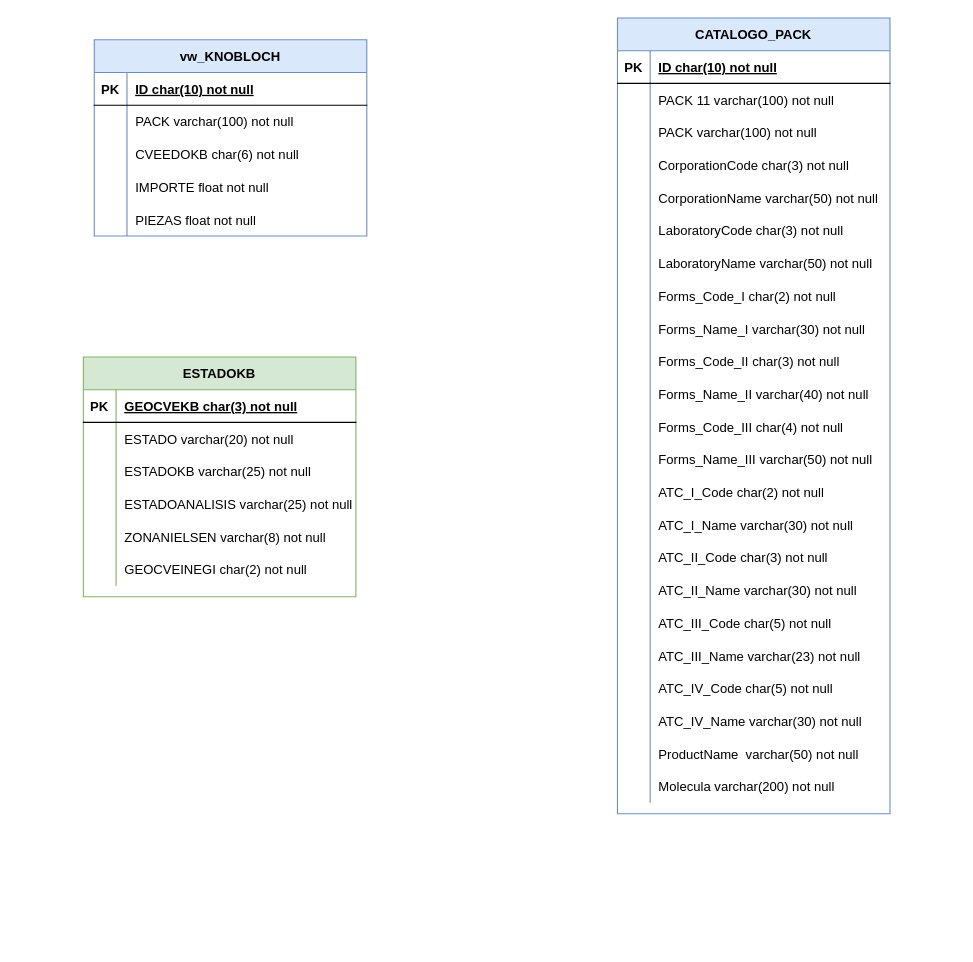
This is Untitled Diagram.drawio from ixchelinas/Curso-Python, a draw.io file, before an edit. Source tidied: cells renumbered, new cells numbered last; positions are measured from the earlier drawing's top-left corner, leaving out a move shared by most shapes. Both pictures are drawn from the tidied source at 109%, with x=0, y=0 at pixel (83, 17).
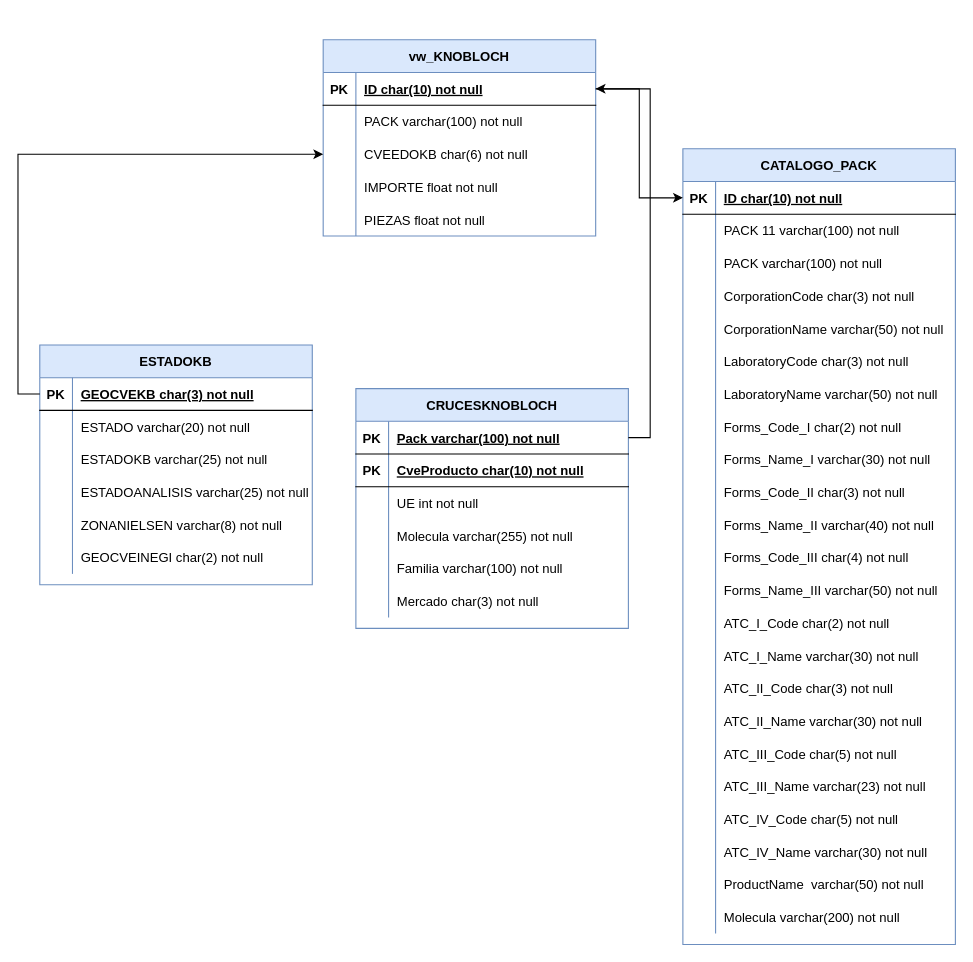
The same page after the edit.

Unchanged cells that the change refers to:
```xml
<mxCell id="3" style="shape=partialRectangle;fillColor=none;points=[[0,0.5],[1,0.5]];portConstraint=eastwest;top=0;left=0;right=0;bottom=1;" parent="2" vertex="1">
  <mxGeometry y="30" width="250" height="30" as="geometry" />
</mxCell>
<mxCell id="73" style="shape=partialRectangle;fillColor=none;points=[[0,0.5],[1,0.5]];portConstraint=eastwest;top=0;left=0;right=0;bottom=1;" parent="72" vertex="1">
  <mxGeometry y="30" width="250" height="30" as="geometry" />
</mxCell>
<mxCell id="92" style="shape=partialRectangle;fillColor=none;points=[[0,0.5],[1,0.5]];portConstraint=eastwest;top=0;left=0;right=0;bottom=1;" parent="91" vertex="1">
  <mxGeometry y="30" width="250" height="30" as="geometry" />
</mxCell>
<mxCell id="98" style="shape=partialRectangle;fillColor=none;points=[[0,0.5],[1,0.5]];portConstraint=eastwest;top=0;left=0;right=0;bottom=0;" parent="91" vertex="1">
  <mxGeometry y="90" width="250" height="30" as="geometry" />
</mxCell>
```

Diff of the diagram source:
```diff
@@
     <mxCell id="2" value="CATALOGO_PACK" style="shape=table;startSize=30;childLayout=tableLayout;rowLines=0;fontStyle=1;align=center;fillColor=#dae8fc;strokeColor=#6c8ebf;" parent="1" vertex="1">
-      <mxGeometry x="490" width="250" height="730" as="geometry" />
+      <mxGeometry x="550" y="120" width="250" height="730" as="geometry" />
     </mxCell>
@@
-    <mxCell id="72" value="ESTADOKB" style="shape=table;startSize=30;childLayout=tableLayout;rowLines=0;fontStyle=1;align=center;fillColor=#d5e8d4;strokeColor=#82b366;" parent="1" vertex="1">
-      <mxGeometry y="311" width="250" height="220" as="geometry" />
+    <mxCell id="72" value="ESTADOKB" style="shape=table;startSize=30;childLayout=tableLayout;rowLines=0;fontStyle=1;align=center;fillColor=#dae8fc;strokeColor=#6c8ebf;" parent="1" vertex="1">
+      <mxGeometry x="-40" y="300" width="250" height="220" as="geometry" />
     </mxCell>
@@
     <mxCell id="91" value="vw_KNOBLOCH" style="shape=table;startSize=30;childLayout=tableLayout;rowLines=0;fontStyle=1;align=center;fillColor=#dae8fc;strokeColor=#6c8ebf;" parent="1" vertex="1">
-      <mxGeometry x="10" y="20" width="250" height="180" as="geometry" />
+      <mxGeometry x="220" y="20" width="250" height="180" as="geometry" />
     </mxCell>
@@
+    <mxCell id="107" value="CRUCESKNOBLOCH" style="shape=table;startSize=30;childLayout=tableLayout;rowLines=0;fontStyle=1;align=center;fillColor=#dae8fc;strokeColor=#6c8ebf;" parent="1" vertex="1">
+      <mxGeometry x="250" y="340" width="250" height="220" as="geometry" />
+    </mxCell>
+    <mxCell id="108" style="shape=partialRectangle;fillColor=none;points=[[0,0.5],[1,0.5]];portConstraint=eastwest;top=0;left=0;right=0;bottom=1;" parent="107" vertex="1">
+      <mxGeometry y="30" width="250" height="30" as="geometry" />
+    </mxCell>
+    <mxCell id="109" value="PK" style="shape=partialRectangle;overflow=hidden;fillColor=none;top=0;left=0;bottom=0;right=0;fontStyle=1;" parent="108" vertex="1">
+      <mxGeometry width="30" height="30" as="geometry" />
+    </mxCell>
+    <mxCell id="110" value="Pack varchar(100) not null" style="shape=partialRectangle;overflow=hidden;fillColor=none;top=0;left=0;bottom=0;right=0;align=left;spacingLeft=6;fontStyle=5;" parent="108" vertex="1">
+      <mxGeometry x="30" width="220" height="30" as="geometry" />
+    </mxCell>
+    <mxCell id="111" style="shape=partialRectangle;fillColor=none;top=0;left=0;right=0;bottom=1;" parent="107" vertex="1">
+      <mxGeometry y="60" width="250" height="30" as="geometry" />
+    </mxCell>
+    <mxCell id="112" value="PK" style="shape=partialRectangle;overflow=hidden;fillColor=none;top=0;left=0;bottom=0;right=0;fontStyle=1;" parent="111" vertex="1">
+      <mxGeometry width="30" height="30" as="geometry" />
+    </mxCell>
+    <mxCell id="113" value="CveProducto char(10) not null" style="shape=partialRectangle;overflow=hidden;fillColor=none;top=0;left=0;bottom=0;right=0;align=left;spacingLeft=6;fontStyle=5;" parent="111" vertex="1">
+      <mxGeometry x="30" width="220" height="30" as="geometry" />
+    </mxCell>
+    <mxCell id="114" style="shape=partialRectangle;fillColor=none;top=0;left=0;right=0;bottom=0;" parent="107" vertex="1">
+      <mxGeometry y="90" width="250" height="30" as="geometry" />
+    </mxCell>
+    <mxCell id="115" style="shape=partialRectangle;overflow=hidden;fillColor=none;top=0;left=0;bottom=0;right=0;" parent="114" vertex="1">
+      <mxGeometry width="30" height="30" as="geometry" />
+    </mxCell>
+    <mxCell id="116" value="UE int not null" style="shape=partialRectangle;overflow=hidden;fillColor=none;top=0;left=0;bottom=0;right=0;align=left;spacingLeft=6;" parent="114" vertex="1">
+      <mxGeometry x="30" width="220" height="30" as="geometry" />
+    </mxCell>
+    <mxCell id="117" style="shape=partialRectangle;fillColor=none;top=0;left=0;right=0;bottom=0;" parent="107" vertex="1">
+      <mxGeometry y="120" width="250" height="30" as="geometry" />
+    </mxCell>
+    <mxCell id="118" style="shape=partialRectangle;overflow=hidden;fillColor=none;top=0;left=0;bottom=0;right=0;" parent="117" vertex="1">
+      <mxGeometry width="30" height="30" as="geometry" />
+    </mxCell>
+    <mxCell id="119" value="Molecula varchar(255) not null" style="shape=partialRectangle;overflow=hidden;fillColor=none;top=0;left=0;bottom=0;right=0;align=left;spacingLeft=6;" parent="117" vertex="1">
+      <mxGeometry x="30" width="220" height="30" as="geometry" />
+    </mxCell>
+    <mxCell id="120" style="shape=partialRectangle;fillColor=none;top=0;left=0;right=0;bottom=0;" parent="107" vertex="1">
+      <mxGeometry y="150" width="250" height="30" as="geometry" />
+    </mxCell>
+    <mxCell id="121" style="shape=partialRectangle;overflow=hidden;fillColor=none;top=0;left=0;bottom=0;right=0;" parent="120" vertex="1">
+      <mxGeometry width="30" height="30" as="geometry" />
+    </mxCell>
+    <mxCell id="122" value="Familia varchar(100) not null" style="shape=partialRectangle;overflow=hidden;fillColor=none;top=0;left=0;bottom=0;right=0;align=left;spacingLeft=6;" parent="120" vertex="1">
+      <mxGeometry x="30" width="220" height="30" as="geometry" />
+    </mxCell>
+    <mxCell id="123" style="shape=partialRectangle;fillColor=none;top=0;left=0;right=0;bottom=0;" parent="107" vertex="1">
+      <mxGeometry y="180" width="250" height="30" as="geometry" />
+    </mxCell>
+    <mxCell id="124" style="shape=partialRectangle;overflow=hidden;fillColor=none;top=0;left=0;bottom=0;right=0;" parent="123" vertex="1">
+      <mxGeometry width="30" height="30" as="geometry" />
+    </mxCell>
+    <mxCell id="125" value="Mercado char(3) not null" style="shape=partialRectangle;overflow=hidden;fillColor=none;top=0;left=0;bottom=0;right=0;align=left;spacingLeft=6;" parent="123" vertex="1">
+      <mxGeometry x="30" width="220" height="30" as="geometry" />
+    </mxCell>
+    <mxCell id="126" style="edgeStyle=orthogonalEdgeStyle;rounded=0;jettySize=auto;html=1;exitX=1;exitY=0.5;exitDx=0;exitDy=0;entryX=0;entryY=0.5;entryDx=0;entryDy=0;" parent="1" edge="1" source="92" target="3">
+      <mxGeometry relative="1" as="geometry" />
+    </mxCell>
+    <mxCell id="127" style="edgeStyle=orthogonalEdgeStyle;rounded=0;jettySize=auto;html=1;exitX=0;exitY=0.5;exitDx=0;exitDy=0;" parent="1" edge="1" source="73" target="98">
+      <mxGeometry relative="1" as="geometry" />
+    </mxCell>
+    <mxCell id="128" style="edgeStyle=orthogonalEdgeStyle;rounded=0;jettySize=auto;html=1;exitX=1;exitY=0.5;exitDx=0;exitDy=0;" parent="1" edge="1" source="108" target="92">
+      <mxGeometry relative="1" as="geometry" />
+    </mxCell>
```
